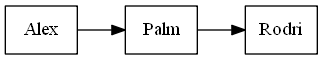
The Graphviz diagram RepInorden.png in loumisha96/EDD_1S2020_PY1_201602935, before a commit. Its source is kept beside it as RepInorden.dot.
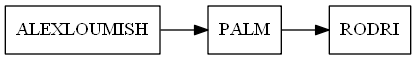
After the change.

Change to the diagram source:
```diff
@@ -1,4 +1,4 @@
 digraph G{
 rankdir = LR;
 node [shape= record];
-Alex->Palm->Rodri}
+ALEXLOUMISH->PALM->RODRI}
```
